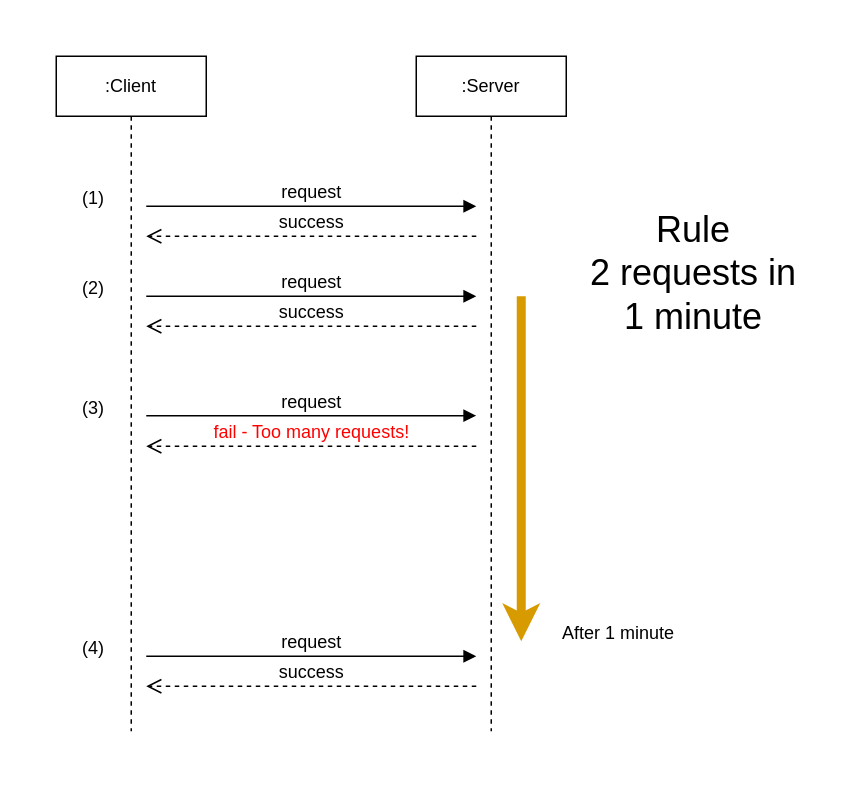
Above: page "How it work?" (3 of 4) of blog/09_essential-modules-for-developing-applications-with-fastapi-p5/diagram.drawio in pxuanbach/blog (draw.io), before the change. Source tidied: cells renumbered, new cells numbered last; positions are measured from the earlier drawing's top-left corner, leaving out a move shared by most shapes. Both pictures are drawn from the tidied source at 150%, with x=0, y=0 at pixel (26, 26).
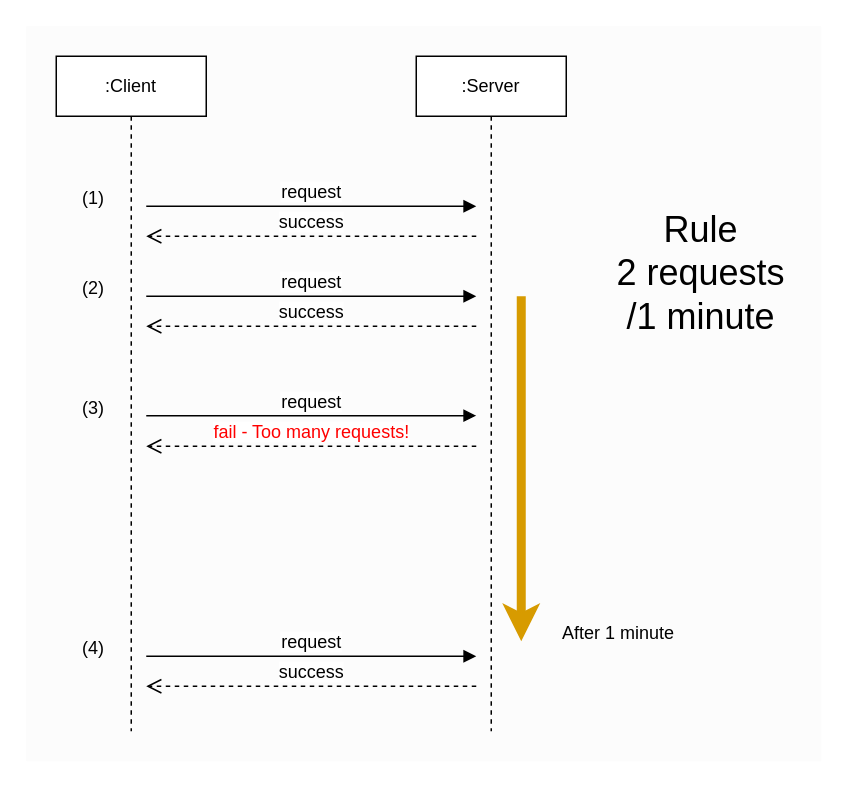
Above is the later version.

Diff of the diagram source:
```diff
@@
-    <mxCell id="2" style="rounded=0;whiteSpace=wrap;html=1;labelBackgroundColor=#E6E6E6;fontColor=default;labelBorderColor=none;strokeColor=none;" parent="1" vertex="1">
+    <mxCell id="2" style="rounded=0;whiteSpace=wrap;html=1;labelBackgroundColor=#E6E6E6;fontColor=default;labelBorderColor=none;strokeColor=none;fillColor=#FCFCFC;" parent="1" vertex="1">
       <mxGeometry width="530" height="490" as="geometry" />
     </mxCell>
@@
-    <mxCell id="10" value="Rule&lt;br style=&quot;font-size: 24px;&quot;&gt;2 requests in 1 minute" style="text;html=1;strokeColor=none;fillColor=none;align=center;verticalAlign=middle;whiteSpace=wrap;rounded=0;fontSize=24;" parent="1" vertex="1">
-      <mxGeometry x="370" y="100" width="150" height="130" as="geometry" />
+    <mxCell id="10" value="Rule&lt;br style=&quot;font-size: 24px;&quot;&gt;2 requests /1 minute" style="text;html=1;strokeColor=none;fillColor=none;align=center;verticalAlign=middle;whiteSpace=wrap;rounded=0;fontSize=24;" parent="1" vertex="1">
+      <mxGeometry x="380" y="100" width="140" height="130" as="geometry" />
     </mxCell>
```
